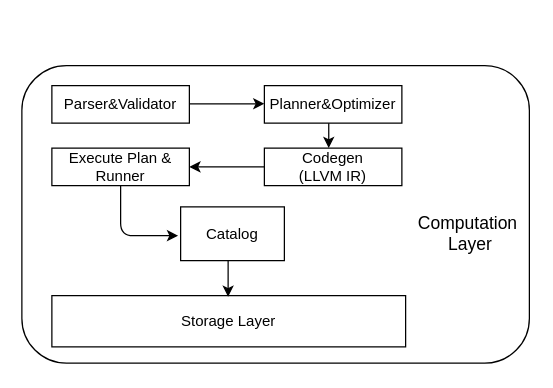
The draw.io diagram page "Page-5" (4 of 4) of reference/arch/resources/architecture.drawio in 4paradigm/openmldb-docs-zh, before the edit. Source tidied: cells renumbered, new cells numbered last; positions are measured from the earlier drawing's top-left corner, leaving out a move shared by most shapes. Both pictures are drawn from the tidied source at 125%, with x=0, y=0 at pixel (21, 65).
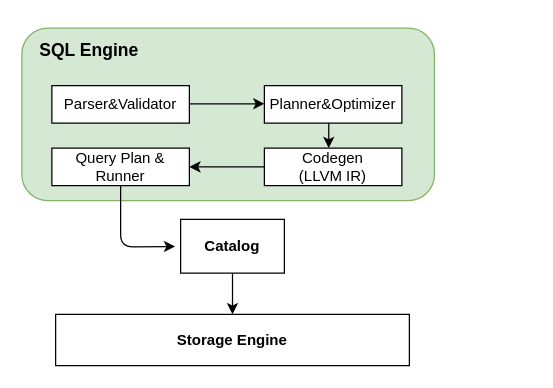
Above is the later version.

The edit, as a diff of the source:
```diff
@@
 <mxGraphModel>
   <root>
     <mxCell id="0" />
     <mxCell id="1" parent="0" />
-    <mxCell id="2" style="rounded=1;whiteSpace=wrap;html=1;fontSize=12;" parent="1" vertex="1">
-      <mxGeometry width="406" height="238" as="geometry" />
+    <mxCell id="2" style="rounded=1;whiteSpace=wrap;html=1;fontSize=12;fillColor=#d5e8d4;strokeColor=#82b366;" parent="1" vertex="1">
+      <mxGeometry y="-30" width="330" height="138" as="geometry" />
     </mxCell>
-    <mxCell id="3" value="&lt;span style=&quot;font-size: 14px&quot;&gt;Computation&lt;br&gt;&amp;nbsp;Layer&lt;/span&gt;" style="text;html=1;strokeColor=none;fillColor=none;align=center;verticalAlign=middle;whiteSpace=wrap;rounded=0;" parent="1" vertex="1">
-      <mxGeometry x="307" y="111" width="100" height="45" as="geometry" />
+    <mxCell id="3" value="&lt;span style=&quot;font-size: 14px&quot;&gt;SQL Engine&lt;/span&gt;" style="text;html=1;strokeColor=none;fillColor=none;align=center;verticalAlign=middle;whiteSpace=wrap;rounded=0;fontStyle=1;" parent="1" vertex="1">
+      <mxGeometry x="4" y="-35" width="100" height="45" as="geometry" />
     </mxCell>
     <mxCell id="4" value="Parser&amp;amp;Validator" style="rounded=0;whiteSpace=wrap;html=1;" parent="1" vertex="1">
       <mxGeometry x="24" y="16" width="110" height="30" as="geometry" />
     </mxCell>
     <mxCell id="5" value="Planner&amp;amp;Optimizer" style="rounded=0;whiteSpace=wrap;html=1;gradientColor=none;" parent="1" vertex="1">
       <mxGeometry x="194" y="16" width="110" height="30" as="geometry" />
     </mxCell>
     <mxCell id="6" value="Codegen&lt;br&gt;(LLVM IR)" style="rounded=0;whiteSpace=wrap;html=1;gradientColor=none;" parent="1" vertex="1">
       <mxGeometry x="194" y="66" width="110" height="30" as="geometry" />
     </mxCell>
-    <mxCell id="7" value="Execute Plan &amp;amp; Runner" style="rounded=0;whiteSpace=wrap;html=1;gradientColor=none;" parent="1" vertex="1">
+    <mxCell id="7" value="Query Plan &amp;amp; Runner" style="rounded=0;whiteSpace=wrap;html=1;gradientColor=none;" parent="1" vertex="1">
       <mxGeometry x="24" y="66" width="110" height="30" as="geometry" />
     </mxCell>
     <mxCell id="8" style="endArrow=classic;html=1;exitX=0;exitY=0.5;exitDx=0;exitDy=0;entryX=1;entryY=0.5;entryDx=0;entryDy=0;" parent="1" edge="1" source="6" target="7">
       <mxGeometry relative="1" as="geometry" />
     </mxCell>
     <mxCell id="9" style="endArrow=classic;html=1;" parent="1" edge="1">
       <mxGeometry relative="1" as="geometry">
         <mxPoint x="245.5" y="46" as="sourcePoint" />
         <mxPoint x="245.5" y="66" as="targetPoint" />
       </mxGeometry>
     </mxCell>
-    <mxCell id="10" style="endArrow=classic;html=1;entryX=0;entryY=0.5;entryDx=0;entryDy=0;exitX=0.5;exitY=1;exitDx=0;exitDy=0;" parent="1" edge="1" source="7">
+    <mxCell id="10" style="endArrow=classic;html=1;entryX=-0.053;entryY=0.504;entryDx=0;entryDy=0;exitX=0.5;exitY=1;exitDx=0;exitDy=0;entryPerimeter=0;" parent="1" edge="1" source="7" target="13">
       <mxGeometry relative="1" as="geometry">
-        <mxPoint x="125" y="136" as="targetPoint" />
         <Array as="points">
-          <mxPoint x="79" y="136" />
+          <mxPoint x="79" y="145" />
         </Array>
       </mxGeometry>
     </mxCell>
     <mxCell id="11" style="endArrow=classic;html=1;" parent="1" edge="1">
       <mxGeometry relative="1" as="geometry">
         <mxPoint x="134" y="30.5" as="sourcePoint" />
         <mxPoint x="194" y="30.5" as="targetPoint" />
       </mxGeometry>
     </mxCell>
-    <mxCell id="12" value="Storage Layer" style="rounded=0;whiteSpace=wrap;html=1;fontSize=12;" parent="1" vertex="1">
-      <mxGeometry x="24" y="184" width="283" height="41" as="geometry" />
+    <mxCell id="12" value="Storage Engine" style="rounded=0;whiteSpace=wrap;html=1;fontSize=12;fontStyle=1;" parent="1" vertex="1">
+      <mxGeometry x="27" y="199" width="283" height="41" as="geometry" />
     </mxCell>
+    <mxCell id="15" style="edgeStyle=orthogonalEdgeStyle;rounded=0;jettySize=auto;html=1;" parent="1" edge="1" source="13" target="12">
+      <mxGeometry relative="1" as="geometry" />
+    </mxCell>
-    <mxCell id="13" value="Catalog" style="rounded=0;whiteSpace=wrap;html=1;fontSize=12;" parent="1" vertex="1">
-      <mxGeometry x="127" y="113" width="83" height="43" as="geometry" />
+    <mxCell id="13" value="Catalog" style="rounded=0;whiteSpace=wrap;html=1;fontSize=12;fontStyle=1;" parent="1" vertex="1">
+      <mxGeometry x="127" y="123" width="83" height="43" as="geometry" />
     </mxCell>
-    <mxCell id="14" style="endArrow=classic;html=1;rounded=0;fontSize=12;" parent="1" edge="1">
-      <mxGeometry relative="1" as="geometry">
-        <mxPoint x="165" y="156" as="sourcePoint" />
-        <mxPoint x="165" y="185" as="targetPoint" />
-      </mxGeometry>
-    </mxCell>
   </root>
 </mxGraphModel>
```
